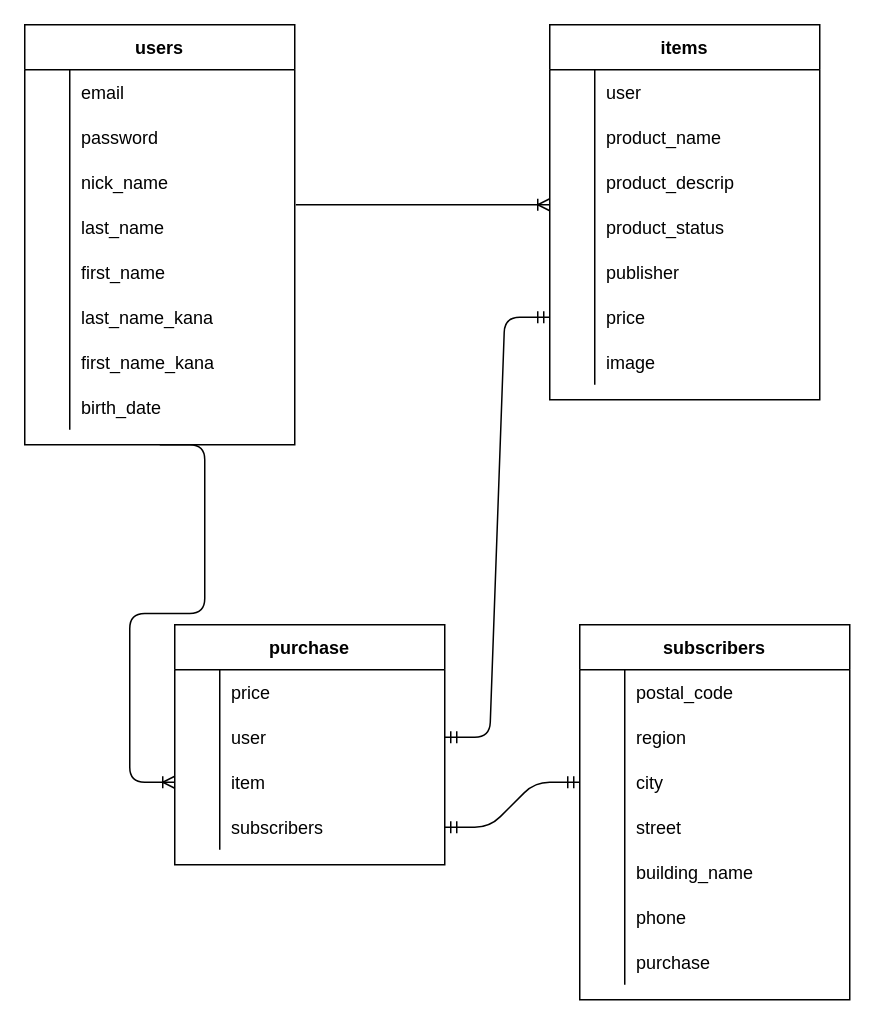
Above: ER.dio in komadorihouse/furima-35680 (draw.io), before the change. Source tidied: cells renumbered, new cells numbered last; positions are measured from the earlier drawing's top-left corner, leaving out a move shared by most shapes. Both pictures are drawn from the tidied source at 150%, with x=0, y=0 at pixel (24, 24).
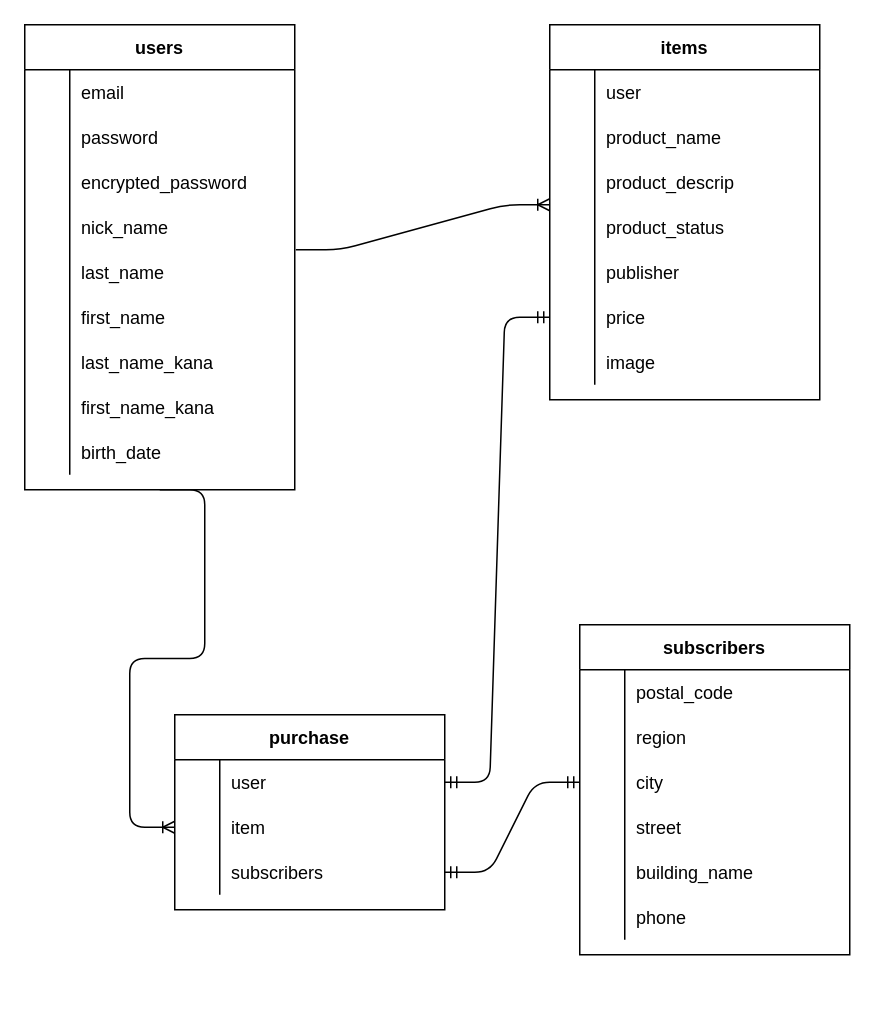
Above is the later version.

What changed in the source:
```diff
@@
     <mxCell id="2" value="users" style="shape=table;startSize=30;childLayout=tableLayout;rowLines=0;fontStyle=1;align=center;" parent="1" vertex="1">
-      <mxGeometry width="180" height="280" as="geometry" />
+      <mxGeometry width="180" height="310" as="geometry" />
     </mxCell>
@@
+    <mxCell id="88" style="shape=partialRectangle;fillColor=none;top=0;left=0;bottom=0;right=0;" parent="2" vertex="1">
+      <mxGeometry y="90" width="180" height="30" as="geometry" />
+    </mxCell>
+    <mxCell id="89" style="shape=partialRectangle;fillColor=none;top=0;left=0;bottom=0;right=0;overflow=hidden;" parent="88" vertex="1">
+      <mxGeometry width="30" height="30" as="geometry" />
+    </mxCell>
+    <mxCell id="90" value="encrypted_password" style="shape=partialRectangle;fillColor=none;top=0;left=0;bottom=0;right=0;align=left;spacingLeft=6;overflow=hidden;" parent="88" vertex="1">
+      <mxGeometry x="30" width="150" height="30" as="geometry" />
+    </mxCell>
     <mxCell id="9" style="shape=partialRectangle;fillColor=none;top=0;left=0;bottom=0;right=0;" parent="2" vertex="1">
-      <mxGeometry y="90" width="180" height="30" as="geometry" />
+      <mxGeometry y="120" width="180" height="30" as="geometry" />
     </mxCell>
@@
     <mxCell id="12" style="shape=partialRectangle;fillColor=none;top=0;left=0;bottom=0;right=0;points=[[0,0.5],[1,0.5]];portConstraint=eastwest;" parent="2" vertex="1">
-      <mxGeometry y="120" width="180" height="30" as="geometry" />
+      <mxGeometry y="150" width="180" height="30" as="geometry" />
     </mxCell>
@@
     <mxCell id="15" style="shape=partialRectangle;fillColor=none;top=0;left=0;bottom=0;right=0;" parent="2" vertex="1">
-      <mxGeometry y="150" width="180" height="30" as="geometry" />
+      <mxGeometry y="180" width="180" height="30" as="geometry" />
     </mxCell>
@@
     <mxCell id="18" style="shape=partialRectangle;fillColor=none;top=0;left=0;bottom=0;right=0;" parent="2" vertex="1">
-      <mxGeometry y="180" width="180" height="30" as="geometry" />
+      <mxGeometry y="210" width="180" height="30" as="geometry" />
     </mxCell>
@@
     <mxCell id="21" style="shape=partialRectangle;fillColor=none;top=0;left=0;bottom=0;right=0;" parent="2" vertex="1">
-      <mxGeometry y="210" width="180" height="30" as="geometry" />
+      <mxGeometry y="240" width="180" height="30" as="geometry" />
     </mxCell>
@@
     <mxCell id="24" style="shape=partialRectangle;fillColor=none;top=0;left=0;bottom=0;right=0;" parent="2" vertex="1">
-      <mxGeometry y="240" width="180" height="30" as="geometry" />
+      <mxGeometry y="270" width="180" height="30" as="geometry" />
     </mxCell>
@@
     <mxCell id="49" value="subscribers" style="shape=table;startSize=30;childLayout=tableLayout;rowLines=0;fontStyle=1;align=center;" parent="1" vertex="1">
-      <mxGeometry x="370" y="400" width="180" height="250" as="geometry" />
+      <mxGeometry x="370" y="400" width="180" height="220" as="geometry" />
     </mxCell>
@@
-    <mxCell id="68" style="shape=partialRectangle;fillColor=none;top=0;left=0;bottom=0;right=0;" parent="49" vertex="1">
-      <mxGeometry y="210" width="180" height="30" as="geometry" />
-    </mxCell>
-    <mxCell id="69" style="shape=partialRectangle;fillColor=none;top=0;left=0;bottom=0;right=0;overflow=hidden;" parent="68" vertex="1">
-      <mxGeometry width="30" height="30" as="geometry" />
-    </mxCell>
-    <mxCell id="70" value="purchase" style="shape=partialRectangle;fillColor=none;top=0;left=0;bottom=0;right=0;align=left;spacingLeft=6;overflow=hidden;" parent="68" vertex="1">
-      <mxGeometry x="30" width="150" height="30" as="geometry" />
-    </mxCell>
     <mxCell id="71" value="purchase" style="shape=table;startSize=30;childLayout=tableLayout;rowLines=0;fontStyle=1;align=center;" parent="1" vertex="1">
-      <mxGeometry x="100" y="400" width="180" height="160" as="geometry" />
+      <mxGeometry x="100" y="460" width="180" height="130" as="geometry" />
     </mxCell>
-    <mxCell id="72" style="shape=partialRectangle;fillColor=none;top=0;left=0;bottom=0;right=0;" parent="71" vertex="1">
-      <mxGeometry y="30" width="180" height="30" as="geometry" />
-    </mxCell>
-    <mxCell id="73" style="shape=partialRectangle;fillColor=none;top=0;left=0;bottom=0;right=0;overflow=hidden;" parent="72" vertex="1">
-      <mxGeometry width="30" height="30" as="geometry" />
-    </mxCell>
-    <mxCell id="74" value="price" style="shape=partialRectangle;fillColor=none;top=0;left=0;bottom=0;right=0;align=left;spacingLeft=6;overflow=hidden;" parent="72" vertex="1">
-      <mxGeometry x="30" width="150" height="30" as="geometry" />
-    </mxCell>
     <mxCell id="75" style="shape=partialRectangle;fillColor=none;top=0;left=0;bottom=0;right=0;points=[[0,0.5],[1,0.5]];portConstraint=eastwest;" parent="71" vertex="1">
-      <mxGeometry y="60" width="180" height="30" as="geometry" />
+      <mxGeometry y="30" width="180" height="30" as="geometry" />
     </mxCell>
@@
     <mxCell id="78" style="shape=partialRectangle;fillColor=none;top=0;left=0;bottom=0;right=0;points=[[0,0.5],[1,0.5]];portConstraint=eastwest;" parent="71" vertex="1">
-      <mxGeometry y="90" width="180" height="30" as="geometry" />
+      <mxGeometry y="60" width="180" height="30" as="geometry" />
     </mxCell>
@@
     <mxCell id="81" style="shape=partialRectangle;fillColor=none;top=0;left=0;bottom=0;right=0;points=[[0,0.5],[1,0.5]];portConstraint=eastwest;" parent="71" vertex="1">
-      <mxGeometry y="120" width="180" height="30" as="geometry" />
+      <mxGeometry y="90" width="180" height="30" as="geometry" />
     </mxCell>
```
